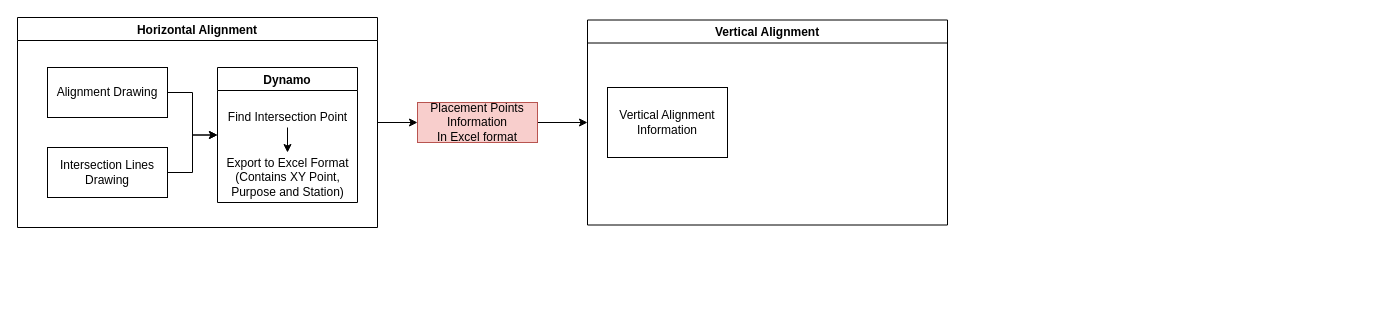
Lionel-Lim/DY-Dynamo keeps this draw.io diagram as script/Python/Align.extension/Untitled Diagram.drawio. Above is the earlier version. Source tidied: cells renumbered, new cells numbered last; positions are measured from the earlier drawing's top-left corner, leaving out a move shared by most shapes. Both pictures are drawn from the tidied source at 100%, with x=0, y=0 at pixel (17, 17).
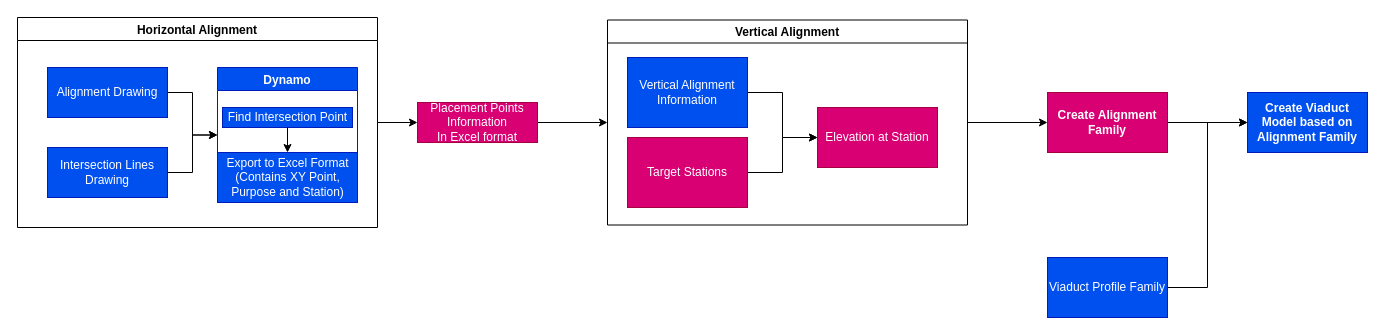
Above is the later version.

The change refers to these unchanged cells:
```xml
<mxCell id="5" value="Horizontal Alignment" style="swimlane;" parent="1" vertex="1">
  <mxGeometry width="360" height="210" as="geometry" />
</mxCell>
```

Change to the diagram source:
```diff
@@
-    <mxCell id="3" value="Placement Points Information&lt;br&gt;In Excel format" style="rounded=0;whiteSpace=wrap;html=1;fillColor=#f8cecc;strokeColor=#b85450;" parent="1" vertex="1">
+    <mxCell id="3" value="Placement Points Information&lt;br&gt;In Excel format" style="rounded=0;whiteSpace=wrap;html=1;fillColor=#d80073;strokeColor=#A50040;fontColor=#ffffff;" parent="1" vertex="1">
       <mxGeometry x="400" y="85" width="120" height="40" as="geometry" />
     </mxCell>
@@
-    <mxCell id="7" value="Alignment Drawing" style="rounded=0;whiteSpace=wrap;html=1;" parent="5" vertex="1">
+    <mxCell id="7" value="Alignment Drawing" style="rounded=0;whiteSpace=wrap;html=1;fillColor=#0050ef;fontColor=#ffffff;strokeColor=#001DBC;" parent="5" vertex="1">
       <mxGeometry x="30" y="50" width="120" height="50" as="geometry" />
     </mxCell>
-    <mxCell id="8" value="Intersection Lines Drawing" style="rounded=0;whiteSpace=wrap;html=1;" parent="5" vertex="1">
+    <mxCell id="8" value="Intersection Lines Drawing" style="rounded=0;whiteSpace=wrap;html=1;fillColor=#0050ef;fontColor=#ffffff;strokeColor=#001DBC;" parent="5" vertex="1">
       <mxGeometry x="30" y="130" width="120" height="50" as="geometry" />
     </mxCell>
@@
-    <mxCell id="10" value="Dynamo" style="swimlane;" parent="5" vertex="1">
+    <mxCell id="10" value="Dynamo" style="swimlane;fillColor=#0050ef;fontColor=#ffffff;strokeColor=#001DBC;" parent="5" vertex="1">
       <mxGeometry x="200" y="50" width="140" height="135" as="geometry" />
     </mxCell>
-    <mxCell id="11" value="Find Intersection Point" style="text;html=1;align=center;verticalAlign=middle;points=[];strokeColor=none;fillColor=none;" parent="10" vertex="1">
+    <mxCell id="11" value="Find Intersection Point" style="text;html=1;align=center;verticalAlign=middle;points=[];strokeColor=#001DBC;fillColor=#0050ef;fontColor=#ffffff;" parent="10" vertex="1">
       <mxGeometry x="5" y="40" width="130" height="20" as="geometry" />
     </mxCell>
-    <mxCell id="12" value="Export to Excel Format&lt;br&gt;(Contains XY Point,&lt;br&gt;Purpose and Station)" style="text;html=1;align=center;verticalAlign=middle;points=[];strokeColor=none;fillColor=none;" parent="10" vertex="1">
+    <mxCell id="12" value="Export to Excel Format&lt;br&gt;(Contains XY Point,&lt;br&gt;Purpose and Station)" style="text;html=1;align=center;verticalAlign=middle;points=[];strokeColor=#001DBC;fillColor=#0050ef;fontColor=#ffffff;" parent="10" vertex="1">
       <mxGeometry y="85" width="140" height="50" as="geometry" />
     </mxCell>
@@
+    <mxCell id="16" style="edgeStyle=orthogonalEdgeStyle;rounded=0;jettySize=auto;html=1;" parent="1" edge="1" source="14" target="22">
+      <mxGeometry relative="1" as="geometry" />
+    </mxCell>
     <mxCell id="14" value="Vertical Alignment" style="swimlane;" parent="1" vertex="1">
-      <mxGeometry x="570" y="2.5" width="360" height="205" as="geometry" />
+      <mxGeometry x="590" y="2.5" width="360" height="205" as="geometry" />
     </mxCell>
+    <mxCell id="17" style="edgeStyle=orthogonalEdgeStyle;rounded=0;jettySize=auto;html=1;" parent="14" edge="1" source="15" target="20">
+      <mxGeometry relative="1" as="geometry" />
+    </mxCell>
-    <mxCell id="15" value="Vertical Alignment Information" style="rounded=0;whiteSpace=wrap;html=1;" parent="14" vertex="1">
-      <mxGeometry x="20" y="67.5" width="120" height="70" as="geometry" />
+    <mxCell id="15" value="Vertical Alignment Information" style="rounded=0;whiteSpace=wrap;html=1;fillColor=#0050ef;fontColor=#ffffff;strokeColor=#001DBC;" parent="14" vertex="1">
+      <mxGeometry x="20" y="37.5" width="120" height="70" as="geometry" />
     </mxCell>
+    <mxCell id="18" style="edgeStyle=orthogonalEdgeStyle;rounded=0;jettySize=auto;html=1;entryX=0;entryY=0.5;entryDx=0;entryDy=0;" parent="14" edge="1" source="19" target="20">
+      <mxGeometry relative="1" as="geometry" />
+    </mxCell>
+    <mxCell id="19" value="Target Stations" style="rounded=0;whiteSpace=wrap;html=1;fillColor=#d80073;fontColor=#ffffff;strokeColor=#A50040;" parent="14" vertex="1">
+      <mxGeometry x="20" y="117.5" width="120" height="70" as="geometry" />
+    </mxCell>
+    <mxCell id="20" value="Elevation at Station" style="whiteSpace=wrap;html=1;rounded=0;fillColor=#d80073;fontColor=#ffffff;strokeColor=#A50040;" parent="14" vertex="1">
+      <mxGeometry x="210" y="87.5" width="120" height="60" as="geometry" />
+    </mxCell>
+    <mxCell id="21" style="edgeStyle=orthogonalEdgeStyle;rounded=0;jettySize=auto;html=1;" parent="1" edge="1" source="22" target="23">
+      <mxGeometry relative="1" as="geometry" />
+    </mxCell>
+    <mxCell id="22" value="Create Alignment Family" style="whiteSpace=wrap;html=1;fontStyle=1;startSize=23;fillColor=#d80073;fontColor=#ffffff;strokeColor=#A50040;" parent="1" vertex="1">
+      <mxGeometry x="1030" y="75" width="120" height="60" as="geometry" />
+    </mxCell>
+    <mxCell id="23" value="Create Viaduct Model based on Alignment Family" style="whiteSpace=wrap;html=1;fillColor=#0050ef;strokeColor=#001DBC;fontColor=#ffffff;fontStyle=1;startSize=23;" parent="1" vertex="1">
+      <mxGeometry x="1230" y="75" width="120" height="60" as="geometry" />
+    </mxCell>
+    <mxCell id="24" style="edgeStyle=orthogonalEdgeStyle;rounded=0;jettySize=auto;html=1;entryX=0;entryY=0.5;entryDx=0;entryDy=0;" parent="1" edge="1" source="25" target="23">
+      <mxGeometry relative="1" as="geometry" />
+    </mxCell>
+    <mxCell id="25" value="Viaduct Profile Family" style="rounded=0;whiteSpace=wrap;html=1;fillColor=#0050ef;fontColor=#ffffff;strokeColor=#001DBC;" parent="1" vertex="1">
+      <mxGeometry x="1030" y="240" width="120" height="60" as="geometry" />
+    </mxCell>
```
